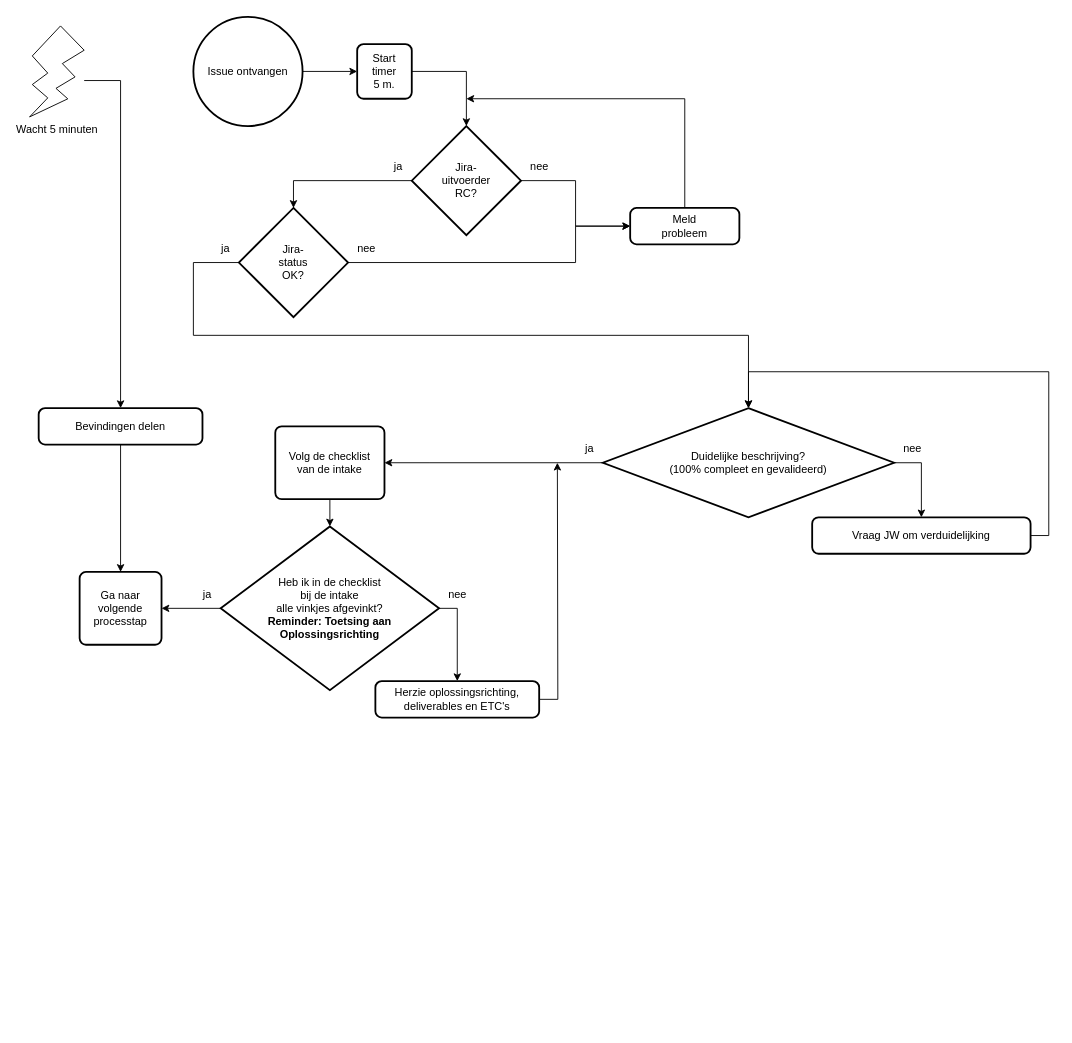
This is 1 Issue Tracker intake.drawio from Zaibatsu89/IssueTracker, a draw.io file, before an edit. Source tidied: cells renumbered, new cells numbered last; positions are measured from the earlier drawing's top-left corner, leaving out a move shared by most shapes. Both pictures are drawn from the tidied source at 91%, with x=0, y=0 at pixel (29, 16).
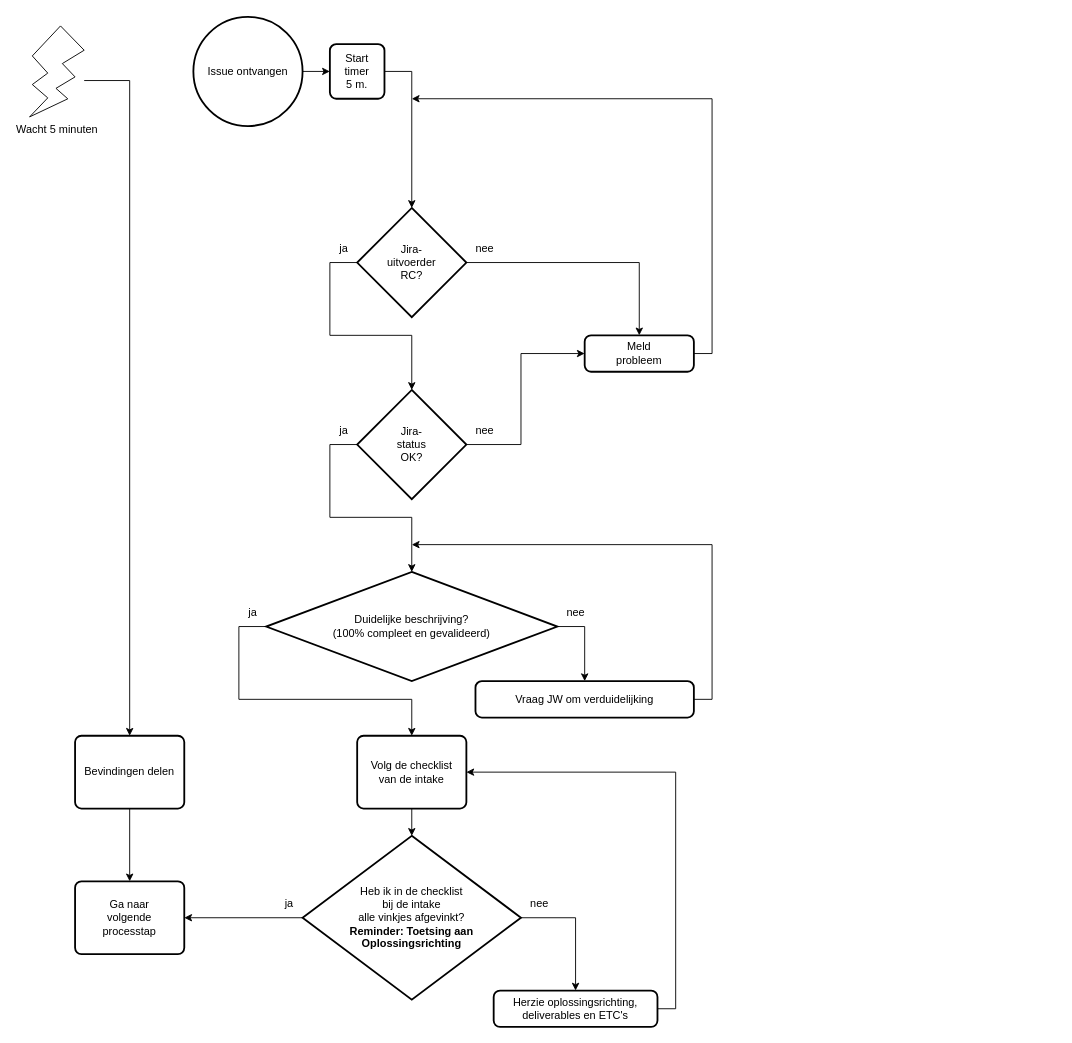
After the change.

Commit message:
Wijzig oriëntatie naar portret in intake flowchart

The edit, as a diff of the source:
```diff
@@
-    <mxCell id="5" style="edgeStyle=orthogonalEdgeStyle;rounded=0;jettySize=auto;html=1;exitX=0;exitY=0.5;exitDx=0;exitDy=0;exitPerimeter=0;entryX=1;entryY=0.5;entryDx=0;entryDy=0;" parent="1" edge="1" source="6" target="12">
+    <mxCell id="5" style="edgeStyle=orthogonalEdgeStyle;rounded=0;jettySize=auto;html=1;exitX=0;exitY=0.5;exitDx=0;exitDy=0;exitPerimeter=0;entryX=0.5;entryY=0;entryDx=0;entryDy=0;" parent="1" edge="1" source="6" target="12">
       <mxGeometry relative="1" as="geometry">
         <Array as="points">
-          <mxPoint x="440" y="490" />
-          <mxPoint x="440" y="490" />
+          <mxPoint x="230" y="670" />
+          <mxPoint x="230" y="750" />
+          <mxPoint x="420" y="750" />
         </Array>
       </mxGeometry>
     </mxCell>
     <mxCell id="6" value="Duidelijke beschrijving?&lt;br&gt;(100% compleet en gevalideerd)" style="strokeWidth=2;html=1;shape=mxgraph.flowchart.decision;whiteSpace=wrap;" parent="1" vertex="1">
-      <mxGeometry x="630" y="430" width="320" height="120" as="geometry" />
+      <mxGeometry x="260" y="610" width="320" height="120" as="geometry" />
     </mxCell>
     <mxCell id="7" value="Vraag JW om verduidelijking" style="rounded=1;whiteSpace=wrap;html=1;absoluteArcSize=1;arcSize=14;strokeWidth=2;" parent="1" vertex="1">
-      <mxGeometry x="860" y="550" width="240" height="40" as="geometry" />
+      <mxGeometry x="490" y="730" width="240" height="40" as="geometry" />
     </mxCell>
     <mxCell id="8" value="nee" style="text;html=1;align=center;verticalAlign=middle;strokeColor=none;fillColor=none;" parent="1" vertex="1">
-      <mxGeometry x="950" y="460" width="40" height="30" as="geometry" />
+      <mxGeometry x="580" y="640" width="40" height="30" as="geometry" />
     </mxCell>
     <mxCell id="9" value="ja" style="text;html=1;align=center;verticalAlign=middle;strokeColor=none;fillColor=none;" parent="1" vertex="1">
-      <mxGeometry x="600" y="460" width="30" height="30" as="geometry" />
+      <mxGeometry x="230" y="640" width="30" height="30" as="geometry" />
     </mxCell>
     <mxCell id="10" value="Bevindingen delen" style="rounded=1;whiteSpace=wrap;html=1;absoluteArcSize=1;arcSize=14;strokeWidth=2;" parent="1" vertex="1">
-      <mxGeometry x="10" y="430" width="180" height="40" as="geometry" />
+      <mxGeometry x="50" y="790" width="120" height="80" as="geometry" />
     </mxCell>
@@
     <mxCell id="12" value="Volg de checklist&lt;br&gt;van de intake" style="rounded=1;whiteSpace=wrap;html=1;absoluteArcSize=1;arcSize=14;strokeWidth=2;" parent="1" vertex="1">
-      <mxGeometry x="270" y="450" width="120" height="80" as="geometry" />
+      <mxGeometry x="360" y="790" width="120" height="80" as="geometry" />
     </mxCell>
@@
     <mxCell id="14" style="edgeStyle=orthogonalEdgeStyle;rounded=0;jettySize=auto;html=1;entryX=0.5;entryY=0;entryDx=0;entryDy=0;" parent="1" edge="1" target="10">
       <mxGeometry relative="1" as="geometry">
         <mxPoint x="60" y="70" as="sourcePoint" />
         <Array as="points">
-          <mxPoint x="100" y="70" />
+          <mxPoint x="110" y="70" />
         </Array>
       </mxGeometry>
     </mxCell>
@@
     <mxCell id="18" value="Heb ik in de checklist&lt;br&gt;bij de intake&lt;br&gt;alle vinkjes afgevinkt?&lt;br&gt;&lt;b&gt;Reminder: Toetsing aan Oplossingsrichting&lt;/b&gt;" style="strokeWidth=2;html=1;shape=mxgraph.flowchart.decision;whiteSpace=wrap;" parent="1" vertex="1">
-      <mxGeometry x="210" y="560" width="240" height="180" as="geometry" />
+      <mxGeometry x="300" y="900" width="240" height="180" as="geometry" />
     </mxCell>
@@
     <mxCell id="20" value="ja" style="text;html=1;align=center;verticalAlign=middle;strokeColor=none;fillColor=none;" parent="1" vertex="1">
-      <mxGeometry x="180" y="620" width="30" height="30" as="geometry" />
+      <mxGeometry x="270" y="960" width="30" height="30" as="geometry" />
     </mxCell>
-    <mxCell id="21" style="edgeStyle=orthogonalEdgeStyle;rounded=0;jettySize=auto;html=1;exitX=1;exitY=0.5;exitDx=0;exitDy=0;" parent="1" edge="1" source="22">
+    <mxCell id="21" style="edgeStyle=orthogonalEdgeStyle;rounded=0;jettySize=auto;html=1;exitX=1;exitY=0.5;exitDx=0;exitDy=0;entryX=1;entryY=0.5;entryDx=0;entryDy=0;" parent="1" edge="1" source="22" target="12">
       <mxGeometry relative="1" as="geometry">
-        <mxPoint x="580" y="490" as="targetPoint" />
+        <Array as="points">
+          <mxPoint x="710" y="1090" />
+          <mxPoint x="710" y="830" />
+        </Array>
       </mxGeometry>
     </mxCell>
     <mxCell id="22" value="Herzie oplossingsrichting,&lt;br&gt;deliverables en ETC's" style="rounded=1;whiteSpace=wrap;html=1;absoluteArcSize=1;arcSize=14;strokeWidth=2;" parent="1" vertex="1">
-      <mxGeometry x="380" y="730" width="180" height="40" as="geometry" />
+      <mxGeometry x="510" y="1070" width="180" height="40" as="geometry" />
     </mxCell>
     <mxCell id="23" value="nee" style="text;html=1;align=center;verticalAlign=middle;strokeColor=none;fillColor=none;" parent="1" vertex="1">
-      <mxGeometry x="450" y="620" width="40" height="30" as="geometry" />
+      <mxGeometry x="540" y="960" width="40" height="30" as="geometry" />
     </mxCell>
     <mxCell id="24" style="edgeStyle=orthogonalEdgeStyle;rounded=0;jettySize=auto;html=1;exitX=1;exitY=0.5;exitDx=0;exitDy=0;exitPerimeter=0;entryX=0;entryY=0.5;entryDx=0;entryDy=0;" parent="1" edge="1" source="25" target="27">
       <mxGeometry relative="1" as="geometry">
         <Array as="points">
-          <mxPoint x="600" y="270" />
-          <mxPoint x="600" y="230" />
+          <mxPoint x="540" y="470" />
+          <mxPoint x="540" y="370" />
         </Array>
       </mxGeometry>
     </mxCell>
     <mxCell id="25" value="Jira-&lt;br&gt;status&lt;br&gt;OK?" style="strokeWidth=2;html=1;shape=mxgraph.flowchart.decision;whiteSpace=wrap;" parent="1" vertex="1">
-      <mxGeometry x="230" y="210" width="120" height="120" as="geometry" />
+      <mxGeometry x="360" y="410" width="120" height="120" as="geometry" />
     </mxCell>
-    <mxCell id="26" style="edgeStyle=orthogonalEdgeStyle;rounded=0;jettySize=auto;html=1;exitX=0.5;exitY=0;exitDx=0;exitDy=0;" parent="1" edge="1" source="27">
+    <mxCell id="26" style="edgeStyle=orthogonalEdgeStyle;rounded=0;jettySize=auto;html=1;exitX=1;exitY=0.5;exitDx=0;exitDy=0;" parent="1" edge="1" source="27">
       <mxGeometry relative="1" as="geometry">
-        <mxPoint x="480" y="90" as="targetPoint" />
+        <mxPoint x="420" y="90" as="targetPoint" />
         <Array as="points">
-          <mxPoint x="720" y="90" />
+          <mxPoint x="750" y="370" />
+          <mxPoint x="750" y="90" />
         </Array>
       </mxGeometry>
     </mxCell>
     <mxCell id="27" value="Meld&lt;br&gt;probleem" style="rounded=1;whiteSpace=wrap;html=1;absoluteArcSize=1;arcSize=14;strokeWidth=2;" parent="1" vertex="1">
-      <mxGeometry x="660" y="210" width="120" height="40" as="geometry" />
+      <mxGeometry x="610" y="350" width="120" height="40" as="geometry" />
     </mxCell>
     <mxCell id="28" value="nee" style="text;html=1;align=center;verticalAlign=middle;strokeColor=none;fillColor=none;" parent="1" vertex="1">
-      <mxGeometry x="350" y="240" width="40" height="30" as="geometry" />
+      <mxGeometry x="480" y="440" width="40" height="30" as="geometry" />
     </mxCell>
     <mxCell id="29" style="edgeStyle=orthogonalEdgeStyle;rounded=0;jettySize=auto;html=1;exitX=0;exitY=0.5;exitDx=0;exitDy=0;exitPerimeter=0;entryX=0.5;entryY=0;entryDx=0;entryDy=0;entryPerimeter=0;" parent="1" edge="1" source="25" target="6">
       <mxGeometry relative="1" as="geometry">
         <Array as="points">
-          <mxPoint x="180" y="270" />
-          <mxPoint x="180" y="350" />
-          <mxPoint x="790" y="350" />
+          <mxPoint x="330" y="470" />
+          <mxPoint x="330" y="550" />
+          <mxPoint x="420" y="550" />
         </Array>
       </mxGeometry>
     </mxCell>
     <mxCell id="30" value="ja" style="text;html=1;align=center;verticalAlign=middle;strokeColor=none;fillColor=none;" parent="1" vertex="1">
-      <mxGeometry x="200" y="240" width="30" height="30" as="geometry" />
+      <mxGeometry x="330" y="440" width="30" height="30" as="geometry" />
     </mxCell>
     <mxCell id="31" value="Start&lt;br&gt;timer&lt;br&gt;5 m." style="rounded=1;whiteSpace=wrap;html=1;absoluteArcSize=1;arcSize=14;strokeWidth=2;" parent="1" vertex="1">
-      <mxGeometry x="360" y="30" width="60" height="60" as="geometry" />
+      <mxGeometry x="330" y="30" width="60" height="60" as="geometry" />
     </mxCell>
     <mxCell id="32" value="Ga naar&lt;br&gt;volgende&lt;br&gt;processtap" style="rounded=1;whiteSpace=wrap;html=1;absoluteArcSize=1;arcSize=14;strokeWidth=2;" parent="1" vertex="1">
-      <mxGeometry x="55" y="610" width="90" height="80" as="geometry" />
+      <mxGeometry x="50" y="950" width="120" height="80" as="geometry" />
     </mxCell>
-    <mxCell id="33" style="edgeStyle=orthogonalEdgeStyle;rounded=0;jettySize=auto;html=1;exitX=1;exitY=0.5;exitDx=0;exitDy=0;exitPerimeter=0;entryX=0;entryY=0.5;entryDx=0;entryDy=0;" parent="1" edge="1" source="34" target="27">
+    <mxCell id="33" style="edgeStyle=orthogonalEdgeStyle;rounded=0;jettySize=auto;html=1;exitX=1;exitY=0.5;exitDx=0;exitDy=0;exitPerimeter=0;entryX=0.5;entryY=0;entryDx=0;entryDy=0;" parent="1" edge="1" source="34" target="27">
       <mxGeometry relative="1" as="geometry">
         <Array as="points">
-          <mxPoint x="600" y="180" />
-          <mxPoint x="600" y="230" />
+          <mxPoint x="670" y="270" />
         </Array>
       </mxGeometry>
     </mxCell>
     <mxCell id="34" value="Jira-&lt;br&gt;uitvoerder&lt;br&gt;RC?" style="strokeWidth=2;html=1;shape=mxgraph.flowchart.decision;whiteSpace=wrap;" parent="1" vertex="1">
-      <mxGeometry x="420" y="120" width="120" height="120" as="geometry" />
+      <mxGeometry x="360" y="210" width="120" height="120" as="geometry" />
     </mxCell>
@@
     <mxCell id="36" style="edgeStyle=orthogonalEdgeStyle;rounded=0;jettySize=auto;html=1;exitX=0;exitY=0.5;exitDx=0;exitDy=0;exitPerimeter=0;entryX=0.5;entryY=0;entryDx=0;entryDy=0;entryPerimeter=0;" parent="1" edge="1" source="34" target="25">
-      <mxGeometry relative="1" as="geometry" />
+      <mxGeometry relative="1" as="geometry">
+        <Array as="points">
+          <mxPoint x="330" y="270" />
+          <mxPoint x="330" y="350" />
+          <mxPoint x="420" y="350" />
+        </Array>
+      </mxGeometry>
     </mxCell>
     <mxCell id="37" value="ja" style="text;html=1;align=center;verticalAlign=middle;strokeColor=none;fillColor=none;" parent="1" vertex="1">
-      <mxGeometry x="390" y="150" width="30" height="30" as="geometry" />
+      <mxGeometry x="330" y="240" width="30" height="30" as="geometry" />
     </mxCell>
     <mxCell id="38" value="nee" style="text;html=1;align=center;verticalAlign=middle;strokeColor=none;fillColor=none;" parent="1" vertex="1">
-      <mxGeometry x="540" y="150" width="40" height="30" as="geometry" />
+      <mxGeometry x="480" y="240" width="40" height="30" as="geometry" />
     </mxCell>
-    <mxCell id="39" style="edgeStyle=orthogonalEdgeStyle;rounded=0;jettySize=auto;html=1;exitX=1;exitY=0.5;exitDx=0;exitDy=0;entryX=0.5;entryY=0;entryDx=0;entryDy=0;entryPerimeter=0;" parent="1" edge="1" source="7" target="6">
+    <mxCell id="39" style="edgeStyle=orthogonalEdgeStyle;rounded=0;jettySize=auto;html=1;exitX=1;exitY=0.5;exitDx=0;exitDy=0;" parent="1" edge="1" source="7">
       <mxGeometry relative="1" as="geometry">
+        <mxPoint x="420" y="580" as="targetPoint" />
         <Array as="points">
-          <mxPoint x="1120" y="570" />
-          <mxPoint x="1120" y="390" />
-          <mxPoint x="790" y="390" />
+          <mxPoint x="750" y="750" />
+          <mxPoint x="750" y="580" />
+          <mxPoint x="420" y="580" />
         </Array>
       </mxGeometry>
     </mxCell>
```
